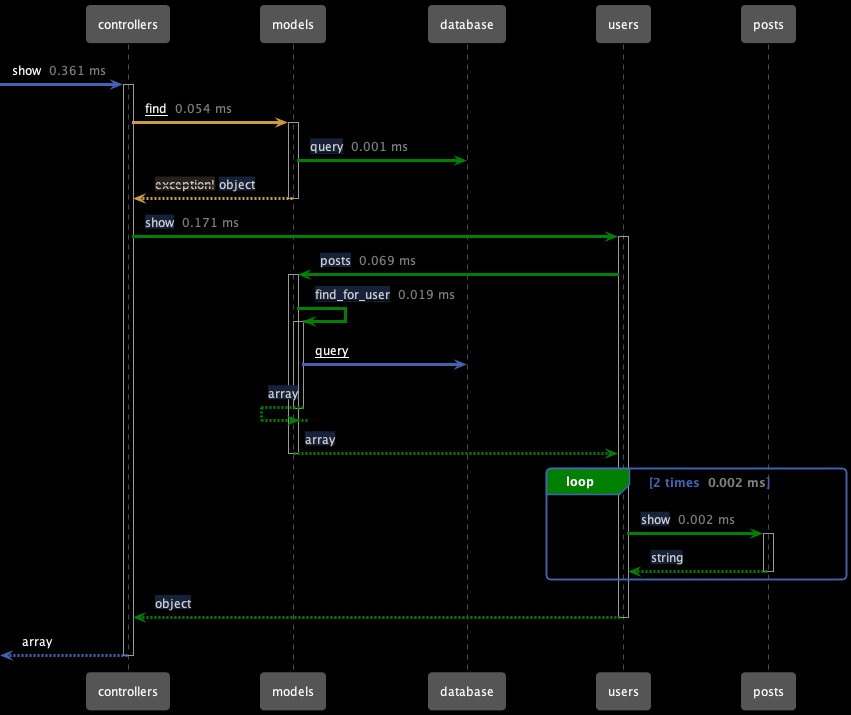
This is packages/sequence-diagram/tests/fixtures/sequenceDiagrams/userFoundVsNotFound.sequence.png from getappmap/appmap-js, a PlantUML export, as it was before one commit. The source it was exported from:
```plantuml
@startuml
!includeurl https://raw.githubusercontent.com/getappmap/plantuml-theme/main/appmap-theme.puml
participant controllers as "controllers"
participant models as "models"
participant database as "database"
participant users as "users"
participant posts as "posts"
  [->controllers: show <color:gray> 0.361 ms</color>
  activate controllers
    controllers-[#CA9C3F]>models: <u>find</u> <color:gray> 0.054 ms</color>
    activate models
      models-[#green]>database: <u><color:lightgray><back:#172238>query</back></color></u> <color:gray> 0.001 ms</color>
    controllers<[#CA9C3F]--models: <color:lightgray><back:#29201A>--exception!--</back></color> <color:lightgray><back:#172238>object</back></color>
    deactivate models
    controllers-[#green]>users: <color:lightgray><back:#172238>show</back></color> <color:gray> 0.171 ms</color>
    activate users
      users-[#green]>models: <color:lightgray><back:#172238>posts</back></color> <color:gray> 0.069 ms</color>
      activate models
        models-[#green]>models: <u><color:lightgray><back:#172238>find_for_user</back></color></u> <color:gray> 0.019 ms</color>
        activate models
          models->database: <u>query</u>
        models<[#green]--models: <color:lightgray><back:#172238>array</back></color>
        deactivate models
      users<[#green]--models: <color:lightgray><back:#172238>array</back></color>
      deactivate models
      Loop#green 2 times <color:gray> 0.002 ms</color>
        users-[#green]>posts: <color:lightgray><back:#172238>show</back></color> <color:gray> 0.002 ms</color>
        activate posts
        users<[#green]--posts: <color:lightgray><back:#172238>string</back></color>
        deactivate posts
      End
    controllers<[#green]--users: <color:lightgray><back:#172238>object</back></color>
    deactivate users
  [<--controllers: array
  deactivate controllers
@enduml
```
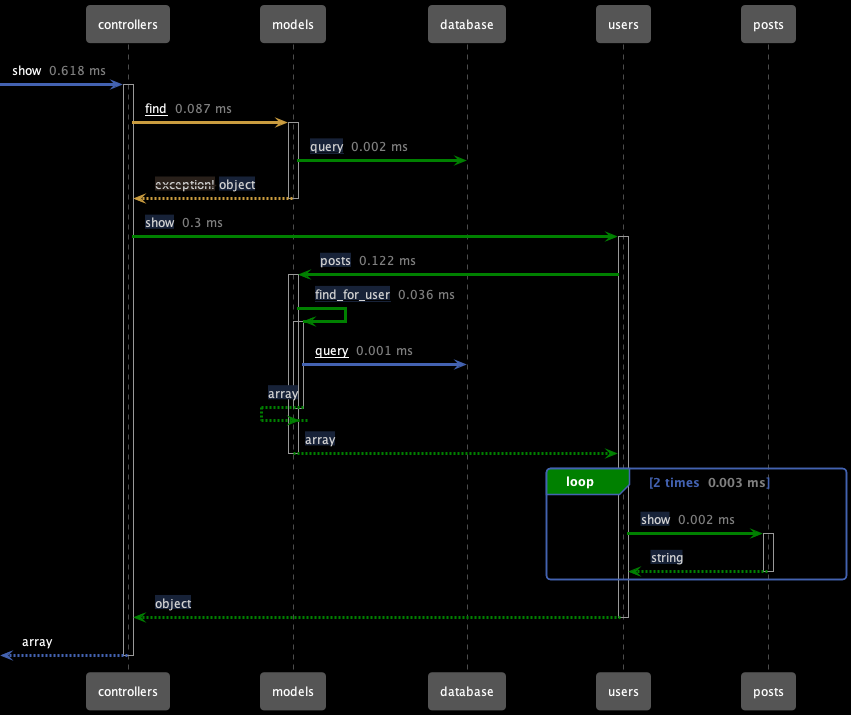
After the commit.

Change to the diagram source:
```diff
@@ -5,25 +5,25 @@
 participant database as "database"
 participant users as "users"
 participant posts as "posts"
-  [->controllers: show <color:gray> 0.361 ms</color>
+  [->controllers: show <color:gray> 0.618 ms</color>
   activate controllers
-    controllers-[#CA9C3F]>models: <u>find</u> <color:gray> 0.054 ms</color>
+    controllers-[#CA9C3F]>models: <u>find</u> <color:gray> 0.087 ms</color>
     activate models
-      models-[#green]>database: <u><color:lightgray><back:#172238>query</back></color></u> <color:gray> 0.001 ms</color>
+      models-[#green]>database: <u><color:lightgray><back:#172238>query</back></color></u> <color:gray> 0.002 ms</color>
     controllers<[#CA9C3F]--models: <color:lightgray><back:#29201A>--exception!--</back></color> <color:lightgray><back:#172238>object</back></color>
     deactivate models
-    controllers-[#green]>users: <color:lightgray><back:#172238>show</back></color> <color:gray> 0.171 ms</color>
+    controllers-[#green]>users: <color:lightgray><back:#172238>show</back></color> <color:gray> 0.3 ms</color>
     activate users
-      users-[#green]>models: <color:lightgray><back:#172238>posts</back></color> <color:gray> 0.069 ms</color>
+      users-[#green]>models: <color:lightgray><back:#172238>posts</back></color> <color:gray> 0.122 ms</color>
       activate models
-        models-[#green]>models: <u><color:lightgray><back:#172238>find_for_user</back></color></u> <color:gray> 0.019 ms</color>
+        models-[#green]>models: <u><color:lightgray><back:#172238>find_for_user</back></color></u> <color:gray> 0.036 ms</color>
         activate models
-          models->database: <u>query</u>
+          models->database: <u>query</u> <color:gray> 0.001 ms</color>
         models<[#green]--models: <color:lightgray><back:#172238>array</back></color>
         deactivate models
       users<[#green]--models: <color:lightgray><back:#172238>array</back></color>
       deactivate models
-      Loop#green 2 times <color:gray> 0.002 ms</color>
+      Loop#green 2 times <color:gray> 0.003 ms</color>
         users-[#green]>posts: <color:lightgray><back:#172238>show</back></color> <color:gray> 0.002 ms</color>
         activate posts
         users<[#green]--posts: <color:lightgray><back:#172238>string</back></color>
```
